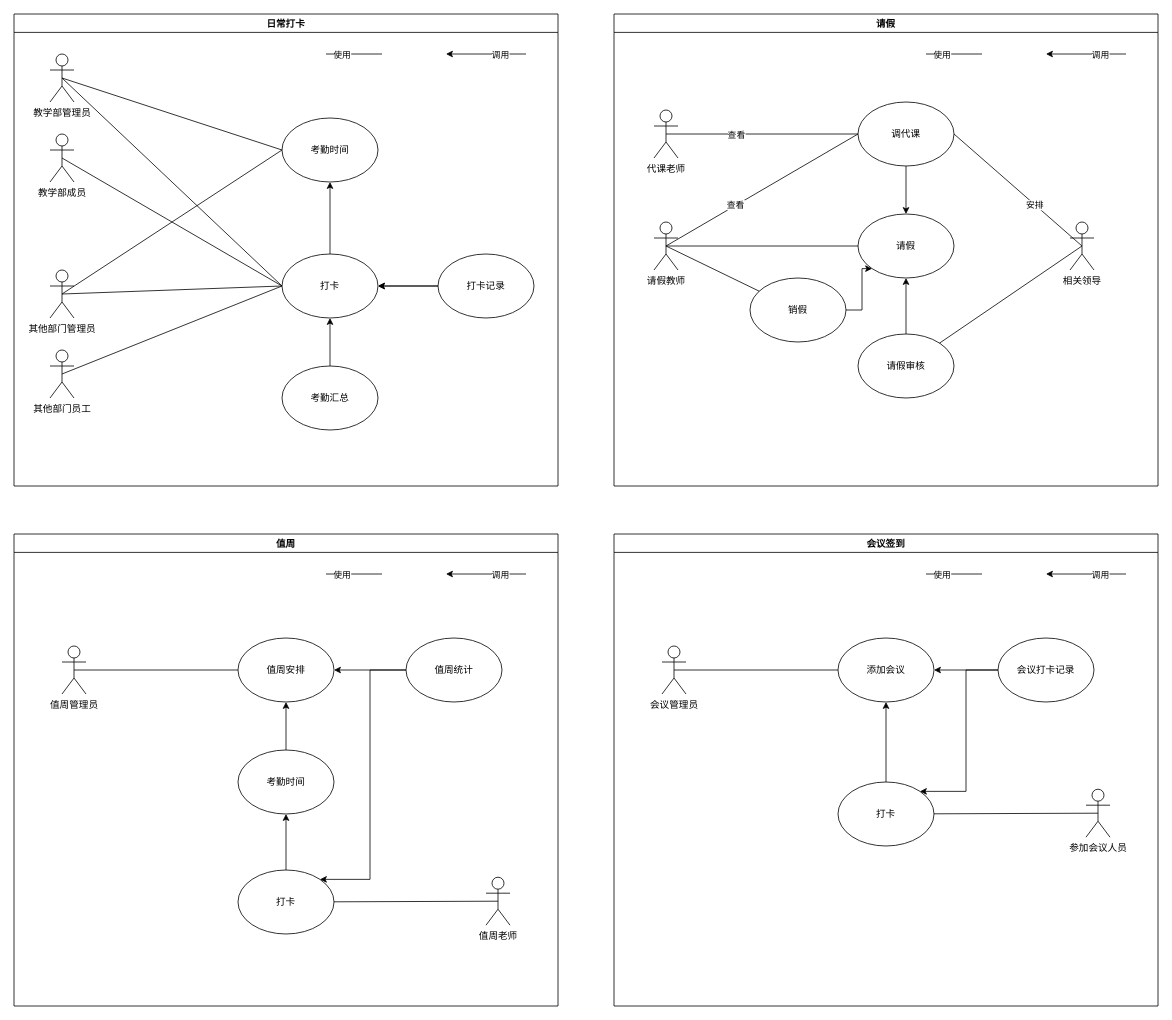
yvlo/drawio keeps this draw.io diagram as page "考勤" (3 of 3) of 未命名绘图.drawio. Above is the earlier version. Source tidied: cells renumbered, new cells numbered last; positions are measured from the earlier drawing's top-left corner, leaving out a move shared by most shapes. Both pictures are drawn from the tidied source at 80%, with x=0, y=0 at pixel (14, 14).
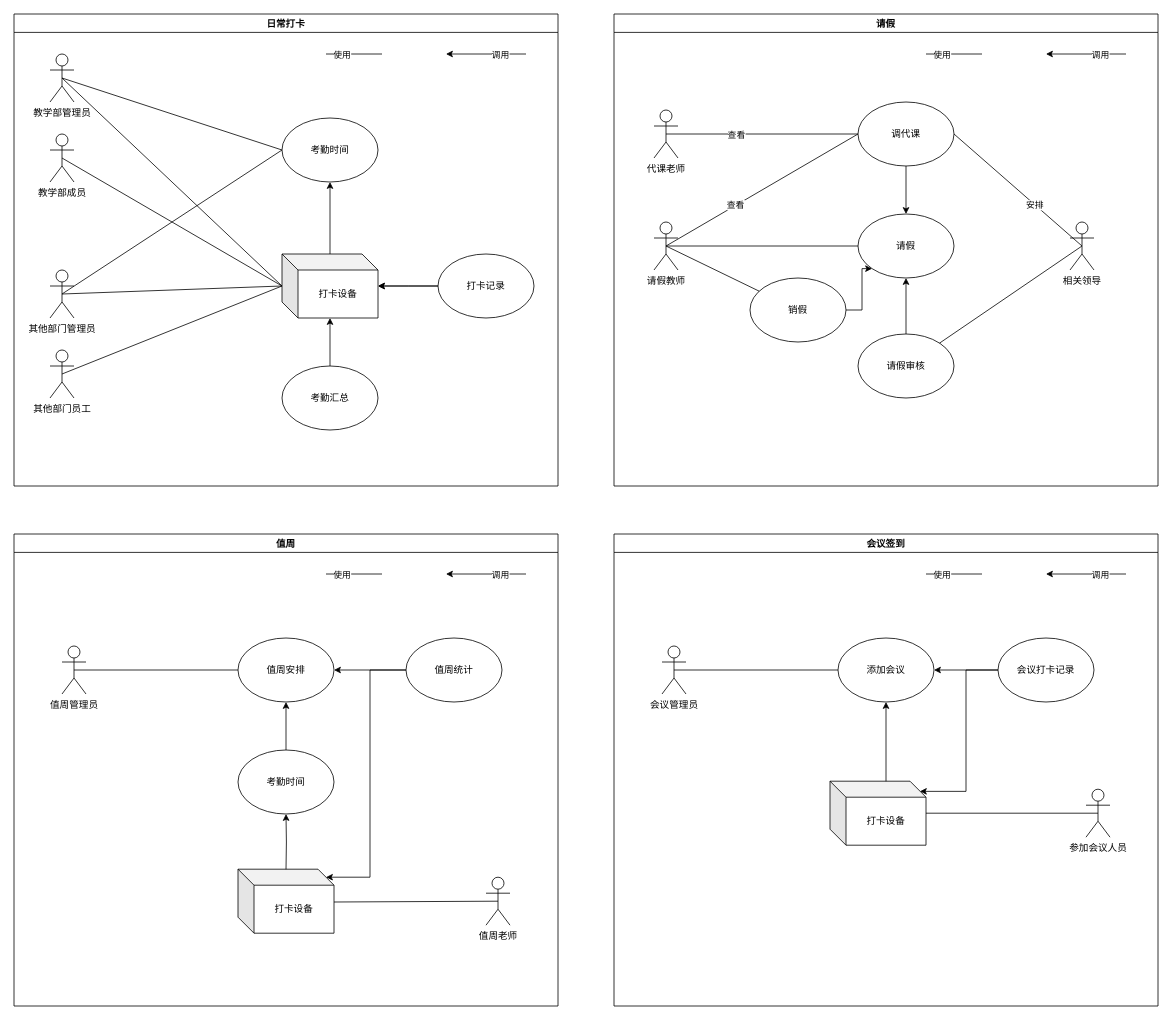
Above is the later version.

Commit message:
更新未命名绘图.drawio

Unchanged cells that the change refers to:
```xml
<mxCell id="2" value="日常打卡" style="swimlane;" parent="1" vertex="1">
  <mxGeometry width="680" height="590" as="geometry" />
</mxCell>
<mxCell id="3" value="教学部管理员" style="shape=umlActor;verticalLabelPosition=bottom;verticalAlign=top;html=1;outlineConnect=0;" parent="2" vertex="1">
  <mxGeometry x="45" y="50" width="30" height="60" as="geometry" />
</mxCell>
<mxCell id="4" value="教学部成员" style="shape=umlActor;verticalLabelPosition=bottom;verticalAlign=top;html=1;outlineConnect=0;" parent="2" vertex="1">
  <mxGeometry x="45" y="150" width="30" height="60" as="geometry" />
</mxCell>
<mxCell id="5" value="考勤时间" style="ellipse;whiteSpace=wrap;html=1;" parent="2" vertex="1">
  <mxGeometry x="335" y="130" width="120" height="80" as="geometry" />
</mxCell>
<mxCell id="10" value="其他部门管理员" style="shape=umlActor;verticalLabelPosition=bottom;verticalAlign=top;html=1;outlineConnect=0;" parent="2" vertex="1">
  <mxGeometry x="45" y="320" width="30" height="60" as="geometry" />
</mxCell>
<mxCell id="11" value="其他部门员工" style="shape=umlActor;verticalLabelPosition=bottom;verticalAlign=top;html=1;outlineConnect=0;" parent="2" vertex="1">
  <mxGeometry x="45" y="420" width="30" height="60" as="geometry" />
</mxCell>
<mxCell id="19" value="打卡记录" style="ellipse;whiteSpace=wrap;html=1;" parent="2" vertex="1">
  <mxGeometry x="530" y="300" width="120" height="80" as="geometry" />
</mxCell>
<mxCell id="49" value="值周" style="swimlane;" parent="1" vertex="1">
  <mxGeometry y="650" width="680" height="590" as="geometry" />
</mxCell>
<mxCell id="52" value="考勤时间" style="ellipse;whiteSpace=wrap;html=1;" parent="49" vertex="1">
  <mxGeometry x="280" y="270" width="120" height="80" as="geometry" />
</mxCell>
<mxCell id="61" value="值周老师" style="shape=umlActor;verticalLabelPosition=bottom;verticalAlign=top;html=1;outlineConnect=0;" parent="49" vertex="1">
  <mxGeometry x="590" y="429" width="30" height="60" as="geometry" />
</mxCell>
<mxCell id="65" value="值周统计" style="ellipse;whiteSpace=wrap;html=1;" parent="49" vertex="1">
  <mxGeometry x="490" y="130" width="120" height="80" as="geometry" />
</mxCell>
<mxCell id="66" value="会议签到" style="swimlane;" parent="1" vertex="1">
  <mxGeometry x="750" y="650" width="680" height="590" as="geometry" />
</mxCell>
<mxCell id="68" value="添加会议" style="ellipse;whiteSpace=wrap;html=1;" parent="66" vertex="1">
  <mxGeometry x="280" y="130" width="120" height="80" as="geometry" />
</mxCell>
<mxCell id="76" value="参加会议人员" style="shape=umlActor;verticalLabelPosition=bottom;verticalAlign=top;html=1;outlineConnect=0;" parent="66" vertex="1">
  <mxGeometry x="590" y="319" width="30" height="60" as="geometry" />
</mxCell>
<mxCell id="80" value="会议打卡记录" style="ellipse;whiteSpace=wrap;html=1;" parent="66" vertex="1">
  <mxGeometry x="480" y="130" width="120" height="80" as="geometry" />
</mxCell>
```

Diff of the diagram source:
```diff
@@
-    <mxCell id="6" value="打卡" style="ellipse;whiteSpace=wrap;html=1;" parent="2" vertex="1">
-      <mxGeometry x="335" y="300" width="120" height="80" as="geometry" />
-    </mxCell>
@@
-    <mxCell id="8" style="endArrow=none;html=1;exitX=0.5;exitY=0.5;exitDx=0;exitDy=0;exitPerimeter=0;entryX=0;entryY=0.5;entryDx=0;entryDy=0;" parent="2" edge="1" source="4" target="6">
-      <mxGeometry relative="1" as="geometry" />
+    <mxCell id="8" style="endArrow=none;html=1;exitX=0.5;exitY=0.5;exitDx=0;exitDy=0;exitPerimeter=0;entryX=0;entryY=0.5;entryDx=0;entryDy=0;" parent="2" edge="1" source="4">
+      <mxGeometry relative="1" as="geometry">
+        <mxPoint x="335" y="340" as="targetPoint" />
+      </mxGeometry>
     </mxCell>
-    <mxCell id="9" style="endArrow=none;html=1;exitX=0.5;exitY=0.5;exitDx=0;exitDy=0;exitPerimeter=0;entryX=0;entryY=0.5;entryDx=0;entryDy=0;" parent="2" edge="1" source="3" target="6">
-      <mxGeometry relative="1" as="geometry" />
+    <mxCell id="9" style="endArrow=none;html=1;exitX=0.5;exitY=0.5;exitDx=0;exitDy=0;exitPerimeter=0;entryX=0;entryY=0.5;entryDx=0;entryDy=0;" parent="2" edge="1" source="3">
+      <mxGeometry relative="1" as="geometry">
+        <mxPoint x="335" y="340" as="targetPoint" />
+      </mxGeometry>
     </mxCell>
@@
-    <mxCell id="12" style="endArrow=none;html=1;exitX=0.5;exitY=0.5;exitDx=0;exitDy=0;exitPerimeter=0;entryX=0;entryY=0.5;entryDx=0;entryDy=0;" parent="2" edge="1" source="11" target="6">
-      <mxGeometry relative="1" as="geometry" />
+    <mxCell id="12" style="endArrow=none;html=1;exitX=0.5;exitY=0.5;exitDx=0;exitDy=0;exitPerimeter=0;entryX=0;entryY=0.5;entryDx=0;entryDy=0;" parent="2" edge="1" source="11">
+      <mxGeometry relative="1" as="geometry">
+        <mxPoint x="335" y="340" as="targetPoint" />
+      </mxGeometry>
     </mxCell>
@@
-    <mxCell id="14" style="endArrow=none;html=1;exitX=0.5;exitY=0.5;exitDx=0;exitDy=0;exitPerimeter=0;entryX=0;entryY=0.5;entryDx=0;entryDy=0;" parent="2" edge="1" source="10" target="6">
-      <mxGeometry relative="1" as="geometry" />
+    <mxCell id="14" style="endArrow=none;html=1;exitX=0.5;exitY=0.5;exitDx=0;exitDy=0;exitPerimeter=0;entryX=0;entryY=0.5;entryDx=0;entryDy=0;" parent="2" edge="1" source="10">
+      <mxGeometry relative="1" as="geometry">
+        <mxPoint x="335" y="340" as="targetPoint" />
+      </mxGeometry>
     </mxCell>
-    <mxCell id="15" style="endArrow=classic;html=1;entryX=1;entryY=0.5;entryDx=0;entryDy=0;exitX=0;exitY=0.5;exitDx=0;exitDy=0;" parent="2" edge="1" target="6">
+    <mxCell id="15" style="endArrow=classic;html=1;entryX=1;entryY=0.5;entryDx=0;entryDy=0;exitX=0;exitY=0.5;exitDx=0;exitDy=0;" parent="2" edge="1">
       <mxGeometry relative="1" as="geometry">
         <mxPoint x="535" y="340" as="sourcePoint" />
+        <mxPoint x="455" y="340" as="targetPoint" />
       </mxGeometry>
     </mxCell>
@@
-    <mxCell id="18" style="edgeStyle=orthogonalEdgeStyle;rounded=0;jettySize=auto;html=1;" parent="2" edge="1" source="19" target="6">
-      <mxGeometry relative="1" as="geometry" />
+    <mxCell id="18" style="edgeStyle=orthogonalEdgeStyle;rounded=0;jettySize=auto;html=1;" parent="2" edge="1" source="19">
+      <mxGeometry relative="1" as="geometry">
+        <mxPoint x="455" y="340" as="targetPoint" />
+      </mxGeometry>
     </mxCell>
@@
-    <mxCell id="20" style="endArrow=classic;html=1;entryX=0.5;entryY=1;entryDx=0;entryDy=0;exitX=0.5;exitY=0;exitDx=0;exitDy=0;" parent="2" edge="1" source="6" target="5">
-      <mxGeometry relative="1" as="geometry" />
+    <mxCell id="20" style="endArrow=classic;html=1;entryX=0.5;entryY=1;entryDx=0;entryDy=0;exitX=0.5;exitY=0;exitDx=0;exitDy=0;" parent="2" edge="1" target="5">
+      <mxGeometry relative="1" as="geometry">
+        <mxPoint x="395" y="300" as="sourcePoint" />
+      </mxGeometry>
     </mxCell>
@@
+    <mxCell id="81" value="打卡设备" style="shape=cube;whiteSpace=wrap;html=1;boundedLbl=1;backgroundOutline=1;darkOpacity=0.05;darkOpacity2=0.1;" parent="2" vertex="1">
+      <mxGeometry x="335" y="300" width="120" height="80" as="geometry" />
+    </mxCell>
@@
-    <mxCell id="59" style="edgeStyle=orthogonalEdgeStyle;rounded=0;jettySize=auto;html=1;" parent="49" edge="1" source="60" target="52">
-      <mxGeometry relative="1" as="geometry" />
+    <mxCell id="59" style="edgeStyle=orthogonalEdgeStyle;rounded=0;jettySize=auto;html=1;" parent="49" edge="1" target="52">
+      <mxGeometry relative="1" as="geometry">
+        <mxPoint x="340" y="420" as="sourcePoint" />
+      </mxGeometry>
     </mxCell>
-    <mxCell id="60" value="打卡" style="ellipse;whiteSpace=wrap;html=1;" parent="49" vertex="1">
-      <mxGeometry x="280" y="420" width="120" height="80" as="geometry" />
-    </mxCell>
@@
-    <mxCell id="62" style="endArrow=none;html=1;entryX=0.5;entryY=0.5;entryDx=0;entryDy=0;entryPerimeter=0;" parent="49" edge="1" source="60" target="61">
-      <mxGeometry relative="1" as="geometry" />
+    <mxCell id="62" style="endArrow=none;html=1;entryX=0.5;entryY=0.5;entryDx=0;entryDy=0;entryPerimeter=0;" parent="49" edge="1" target="61">
+      <mxGeometry relative="1" as="geometry">
+        <mxPoint x="400" y="460" as="sourcePoint" />
+      </mxGeometry>
     </mxCell>
@@
-    <mxCell id="64" style="edgeStyle=orthogonalEdgeStyle;rounded=0;jettySize=auto;html=1;entryX=1;entryY=0;entryDx=0;entryDy=0;" parent="49" edge="1" source="65" target="60">
+    <mxCell id="64" style="edgeStyle=orthogonalEdgeStyle;rounded=0;jettySize=auto;html=1;entryX=0;entryY=0;entryDx=110;entryDy=10;entryPerimeter=0;" parent="49" edge="1" source="65" target="82">
       <mxGeometry relative="1" as="geometry">
         <Array as="points">
           <mxPoint x="445" y="170" />
-          <mxPoint x="445" y="432" />
+          <mxPoint x="445" y="429" />
         </Array>
       </mxGeometry>
     </mxCell>
@@
+    <mxCell id="82" value="打卡设备" style="shape=cube;whiteSpace=wrap;html=1;boundedLbl=1;backgroundOutline=1;darkOpacity=0.05;darkOpacity2=0.1;" parent="49" vertex="1">
+      <mxGeometry x="280" y="419" width="120" height="80" as="geometry" />
+    </mxCell>
@@
-    <mxCell id="70" style="endArrow=classic;html=1;entryX=0.5;entryY=1;entryDx=0;entryDy=0;" parent="66" edge="1" source="75" target="68">
-      <mxGeometry relative="1" as="geometry" />
+    <mxCell id="70" style="endArrow=classic;html=1;entryX=0.5;entryY=1;entryDx=0;entryDy=0;" parent="66" edge="1" target="68">
+      <mxGeometry relative="1" as="geometry">
+        <mxPoint x="340" y="310" as="sourcePoint" />
+      </mxGeometry>
     </mxCell>
@@
-    <mxCell id="75" value="打卡" style="ellipse;whiteSpace=wrap;html=1;" parent="66" vertex="1">
-      <mxGeometry x="280" y="310" width="120" height="80" as="geometry" />
-    </mxCell>
@@
-    <mxCell id="77" style="endArrow=none;html=1;entryX=0.5;entryY=0.5;entryDx=0;entryDy=0;entryPerimeter=0;" parent="66" edge="1" source="75" target="76">
+    <mxCell id="77" style="endArrow=none;html=1;entryX=0.5;entryY=0.5;entryDx=0;entryDy=0;entryPerimeter=0;" parent="66" edge="1" source="83" target="76">
       <mxGeometry relative="1" as="geometry" />
     </mxCell>
@@
-    <mxCell id="79" style="edgeStyle=orthogonalEdgeStyle;rounded=0;jettySize=auto;html=1;entryX=1;entryY=0;entryDx=0;entryDy=0;" parent="66" edge="1" source="80" target="75">
+    <mxCell id="79" style="edgeStyle=orthogonalEdgeStyle;rounded=0;jettySize=auto;html=1;entryX=1;entryY=0;entryDx=0;entryDy=0;" parent="66" edge="1" source="80">
       <mxGeometry relative="1" as="geometry">
+        <mxPoint x="382.4" y="321.7" as="targetPoint" />
         <Array as="points">
           <mxPoint x="440" y="170" />
           <mxPoint x="440" y="322" />
         </Array>
       </mxGeometry>
     </mxCell>
@@
+    <mxCell id="83" value="打卡设备" style="shape=cube;whiteSpace=wrap;html=1;boundedLbl=1;backgroundOutline=1;darkOpacity=0.05;darkOpacity2=0.1;" parent="66" vertex="1">
+      <mxGeometry x="270" y="309" width="120" height="80" as="geometry" />
+    </mxCell>
```
